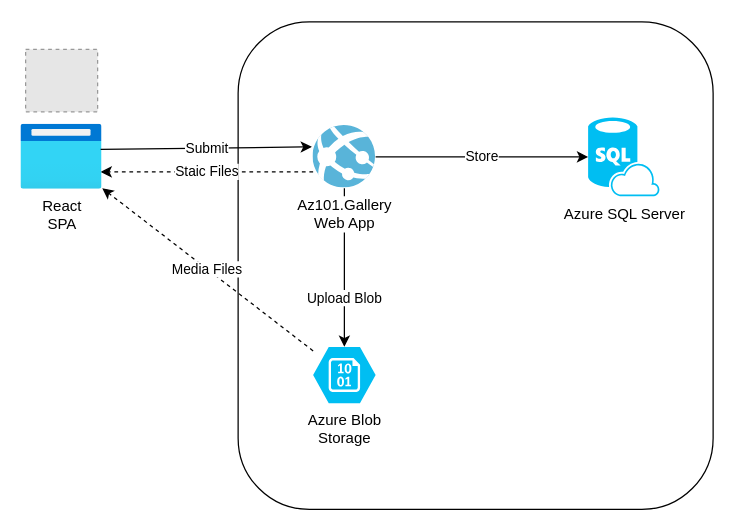
Earlier version of the draw.io diagram docs/diagram.drawio (phucnt1992/az-101). Source tidied: cells renumbered, new cells numbered last; positions are measured from the earlier drawing's top-left corner, leaving out a move shared by most shapes. Both pictures are drawn from the tidied source at 125%, with x=0, y=0 at pixel (20, 21). Pictures stored in the file or linked from it are replaced by grey dashed boxes.
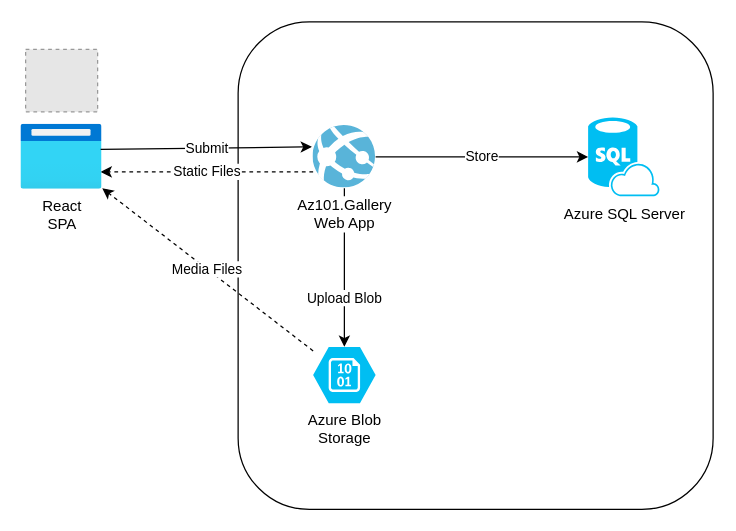
The same page after the edit.

Change to the diagram source:
```diff
@@
 <mxGraphModel>
   <root>
     <mxCell id="0" />
     <mxCell id="1" parent="0" />
     <mxCell id="2" style="rounded=1;whiteSpace=wrap;html=1;" parent="1" vertex="1">
       <mxGeometry x="174" width="380" height="390" as="geometry" />
     </mxCell>
     <mxCell id="3" value="Upload Blob" style="edgeStyle=orthogonalEdgeStyle;rounded=0;jettySize=auto;html=1;entryX=0.5;entryY=0;entryDx=0;entryDy=0;entryPerimeter=0;" parent="1" edge="1" source="6" target="11">
       <mxGeometry x="0.38" relative="1" as="geometry" />
     </mxCell>
     <mxCell id="4" value="Store" style="edgeStyle=orthogonalEdgeStyle;rounded=0;jettySize=auto;html=1;entryX=0;entryY=0.5;entryDx=0;entryDy=0;entryPerimeter=0;" parent="1" edge="1" source="6" target="9">
       <mxGeometry relative="1" as="geometry" />
     </mxCell>
-    <mxCell id="5" value="Staic Files" style="edgeStyle=none;rounded=0;jettySize=auto;html=1;entryX=0.98;entryY=0.731;entryDx=0;entryDy=0;entryPerimeter=0;exitX=0;exitY=0.74;exitDx=0;exitDy=0;exitPerimeter=0;dashed=1;" parent="1" edge="1" source="6" target="7">
+    <mxCell id="5" value="Static Files" style="edgeStyle=none;rounded=0;jettySize=auto;html=1;entryX=0.98;entryY=0.731;entryDx=0;entryDy=0;entryPerimeter=0;exitX=0;exitY=0.74;exitDx=0;exitDy=0;exitPerimeter=0;dashed=1;" parent="1" edge="1" source="6" target="7">
       <mxGeometry relative="1" as="geometry" />
     </mxCell>
     <mxCell id="6" value="Az101.Gallery&lt;br&gt;Web App" style="html=1;points=[];align=center;image;fontSize=12;image=img/lib/mscae/App_Services.svg;" parent="1" vertex="1">
       <mxGeometry x="234" y="83" width="50" height="50" as="geometry" />
     </mxCell>
     <mxCell id="7" value="React&lt;br&gt;SPA" style="html=1;points=[];align=center;image;fontSize=12;image=img/lib/azure2/general/Browser.svg;" parent="1" vertex="1">
       <mxGeometry x="0.3" y="82" width="65" height="52" as="geometry" />
     </mxCell>
     <mxCell id="8" style="fillColor=#E6E6E6;strokeColor=#999999;dashed=1;verticalLabelPosition=bottom;labelBackgroundColor=#ffffff;verticalAlign=top;" parent="1" vertex="1">
       <mxGeometry x="4" y="22" width="57.6" height="50" as="geometry" />
     </mxCell>
     <mxCell id="9" value="Azure SQL Server" style="verticalLabelPosition=bottom;html=1;verticalAlign=top;align=center;strokeColor=none;fillColor=#00BEF2;shape=mxgraph.azure.sql_database_sql_azure;" parent="1" vertex="1">
       <mxGeometry x="454" y="76.5" width="57.1" height="63" as="geometry" />
     </mxCell>
     <mxCell id="10" value="Media Files" style="edgeStyle=none;rounded=0;jettySize=auto;html=1;dashed=1;" parent="1" edge="1" source="11" target="7">
       <mxGeometry relative="1" as="geometry" />
     </mxCell>
     <mxCell id="11" value="Azure Blob&lt;br&gt;Storage" style="verticalLabelPosition=bottom;html=1;verticalAlign=top;align=center;strokeColor=none;fillColor=#00BEF2;shape=mxgraph.azure.storage_blob;" parent="1" vertex="1">
       <mxGeometry x="234" y="260" width="50" height="45" as="geometry" />
     </mxCell>
     <mxCell id="12" value="Submit" style="rounded=0;jettySize=auto;html=1;exitX=0.98;exitY=0.385;exitDx=0;exitDy=0;exitPerimeter=0;" parent="1" edge="1" source="7">
       <mxGeometry relative="1" as="geometry">
         <mxPoint x="233" y="100" as="targetPoint" />
       </mxGeometry>
     </mxCell>
   </root>
 </mxGraphModel>
```
